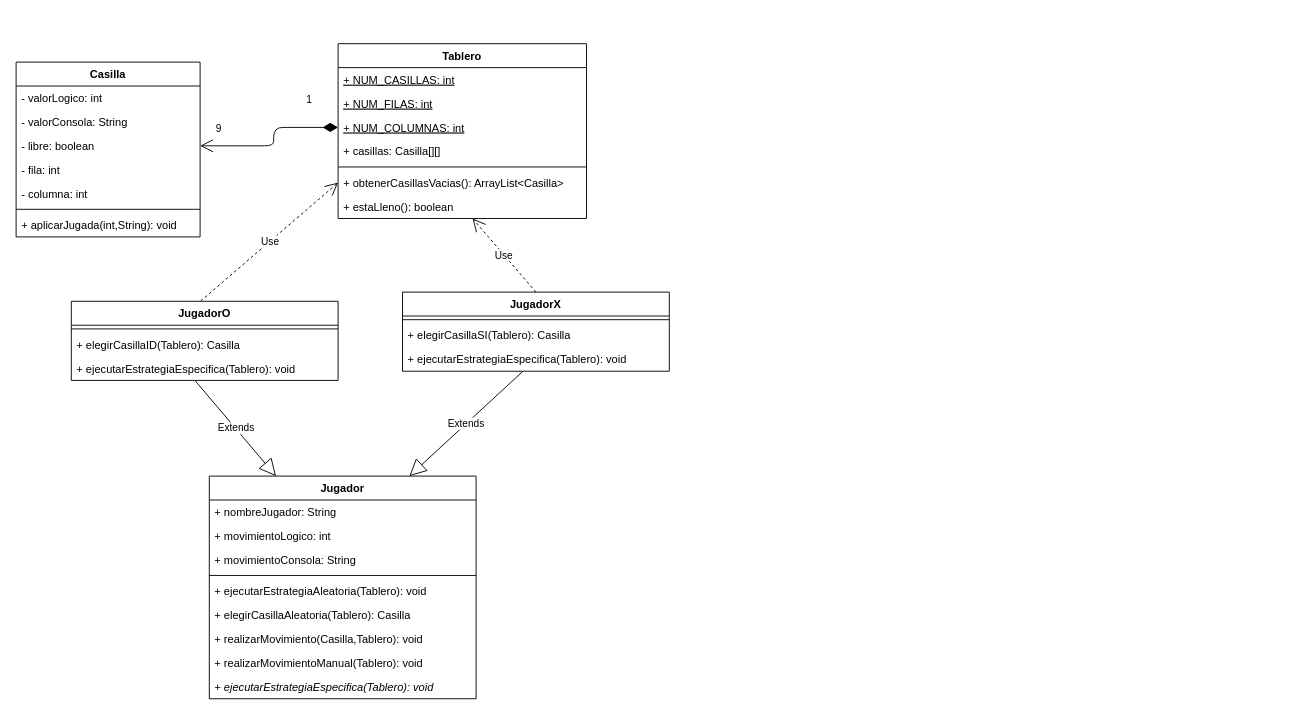
luismescobarf/clasesCiclo2 keeps this draw.io diagram as P61/Clase9/DiagramaClasesTresEnRaya.drawio. Above is the earlier version. Source tidied: cells renumbered, new cells numbered last; positions are measured from the earlier drawing's top-left corner, leaving out a move shared by most shapes. Both pictures are drawn from the tidied source at 92%, with x=0, y=0 at pixel (16, 43).
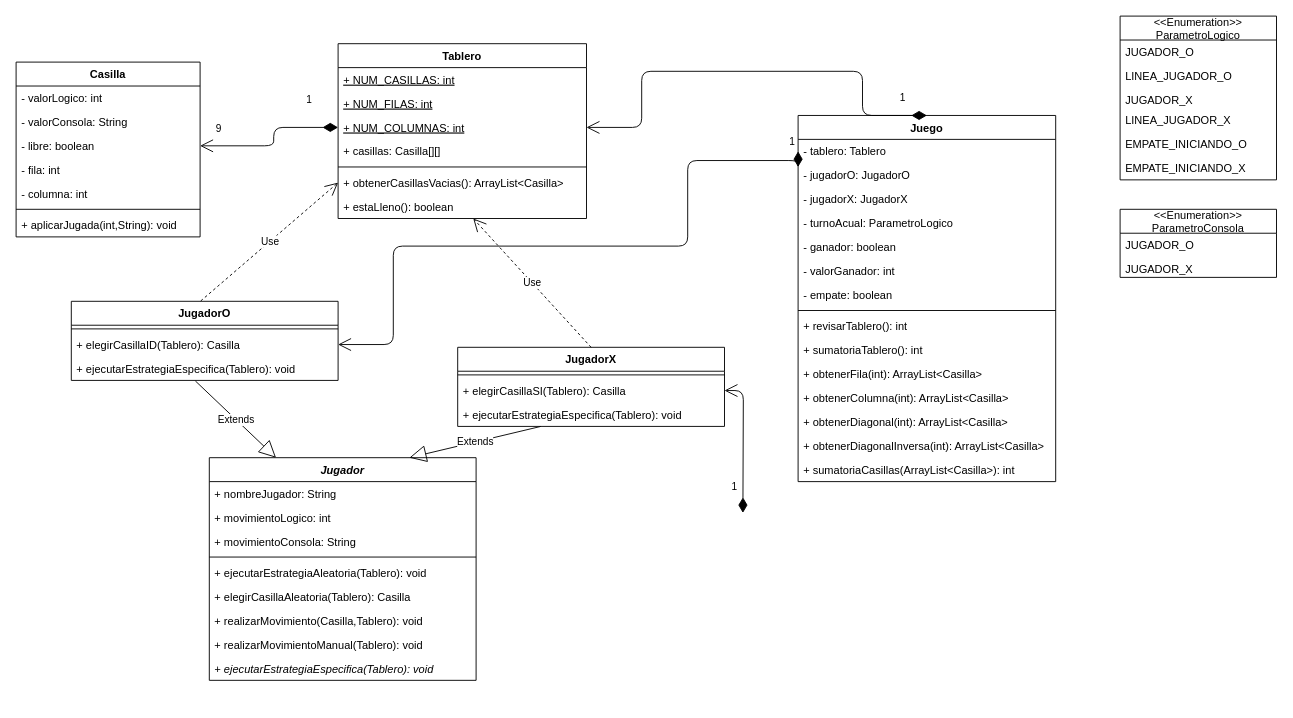
After the change.

The change refers to these unchanged cells:
```xml
<mxCell id="13" value="+ NUM_COLUMNAS: int" style="text;strokeColor=none;fillColor=none;align=left;verticalAlign=top;spacingLeft=4;spacingRight=4;overflow=hidden;points=[[0,0.5],[1,0.5]];portConstraint=eastwest;fontStyle=4;" parent="10" vertex="1">
  <mxGeometry y="78" width="270" height="26" as="geometry" />
</mxCell>
<mxCell id="22" value="+ elegirCasillaSI(Tablero): Casilla" style="text;strokeColor=none;fillColor=none;align=left;verticalAlign=top;spacingLeft=4;spacingRight=4;overflow=hidden;points=[[0,0.5],[1,0.5]];portConstraint=eastwest;" parent="20" vertex="1">
  <mxGeometry y="34" width="290" height="26" as="geometry" />
</mxCell>
<mxCell id="27" value="+ elegirCasillaID(Tablero): Casilla" style="text;strokeColor=none;fillColor=none;align=left;verticalAlign=top;spacingLeft=4;spacingRight=4;overflow=hidden;points=[[0,0.5],[1,0.5]];portConstraint=eastwest;" parent="25" vertex="1">
  <mxGeometry y="34" width="290" height="26" as="geometry" />
</mxCell>
```

The edit, as a diff of the source:
```diff
@@
     <mxCell id="20" value="JugadorX" style="swimlane;fontStyle=1;align=center;verticalAlign=top;horizontal=1;startSize=26;" parent="1" vertex="1">
-      <mxGeometry x="420" y="270" width="290" height="86" as="geometry" />
+      <mxGeometry x="480" y="330" width="290" height="86" as="geometry" />
     </mxCell>
@@
-    <mxCell id="30" value="Jugador" style="swimlane;fontStyle=1;align=center;verticalAlign=top;horizontal=1;startSize=26;" parent="1" vertex="1">
-      <mxGeometry x="210" y="470" width="290" height="242" as="geometry" />
+    <mxCell id="30" value="Jugador" style="swimlane;fontStyle=3;align=center;verticalAlign=top;horizontal=1;startSize=26;" parent="1" vertex="1">
+      <mxGeometry x="210" y="450" width="290" height="242" as="geometry" />
     </mxCell>
@@
+    <mxCell id="42" value="Juego" style="swimlane;fontStyle=1;align=center;verticalAlign=top;horizontal=1;startSize=26;" parent="1" vertex="1">
+      <mxGeometry x="850" y="78" width="280" height="398" as="geometry" />
+    </mxCell>
+    <mxCell id="43" value="- tablero: Tablero" style="text;strokeColor=none;fillColor=none;align=left;verticalAlign=top;spacingLeft=4;spacingRight=4;overflow=hidden;points=[[0,0.5],[1,0.5]];portConstraint=eastwest;" parent="42" vertex="1">
+      <mxGeometry y="26" width="280" height="26" as="geometry" />
+    </mxCell>
+    <mxCell id="44" value="- jugadorO: JugadorO" style="text;strokeColor=none;fillColor=none;align=left;verticalAlign=top;spacingLeft=4;spacingRight=4;overflow=hidden;" parent="42" vertex="1">
+      <mxGeometry y="52" width="280" height="26" as="geometry" />
+    </mxCell>
+    <mxCell id="45" value="- jugadorX: JugadorX" style="text;strokeColor=none;fillColor=none;align=left;verticalAlign=top;spacingLeft=4;spacingRight=4;overflow=hidden;" parent="42" vertex="1">
+      <mxGeometry y="78" width="280" height="26" as="geometry" />
+    </mxCell>
+    <mxCell id="46" value="- turnoAcual: ParametroLogico" style="text;strokeColor=none;fillColor=none;align=left;verticalAlign=top;spacingLeft=4;spacingRight=4;overflow=hidden;" parent="42" vertex="1">
+      <mxGeometry y="104" width="280" height="26" as="geometry" />
+    </mxCell>
+    <mxCell id="47" value="- ganador: boolean" style="text;strokeColor=none;fillColor=none;align=left;verticalAlign=top;spacingLeft=4;spacingRight=4;overflow=hidden;" parent="42" vertex="1">
+      <mxGeometry y="130" width="280" height="26" as="geometry" />
+    </mxCell>
+    <mxCell id="48" value="- valorGanador: int" style="text;strokeColor=none;fillColor=none;align=left;verticalAlign=top;spacingLeft=4;spacingRight=4;overflow=hidden;" parent="42" vertex="1">
+      <mxGeometry y="156" width="280" height="26" as="geometry" />
+    </mxCell>
+    <mxCell id="49" value="- empate: boolean" style="text;strokeColor=none;fillColor=none;align=left;verticalAlign=top;spacingLeft=4;spacingRight=4;overflow=hidden;" parent="42" vertex="1">
+      <mxGeometry y="182" width="280" height="26" as="geometry" />
+    </mxCell>
+    <mxCell id="50" style="line;strokeWidth=1;fillColor=none;align=left;verticalAlign=middle;spacingTop=-1;spacingLeft=3;spacingRight=3;labelPosition=right;" parent="42" vertex="1">
+      <mxGeometry y="208" width="280" height="8" as="geometry" />
+    </mxCell>
+    <mxCell id="51" value="+ revisarTablero(): int" style="text;strokeColor=none;fillColor=none;align=left;verticalAlign=top;spacingLeft=4;spacingRight=4;overflow=hidden;" parent="42" vertex="1">
+      <mxGeometry y="216" width="280" height="26" as="geometry" />
+    </mxCell>
+    <mxCell id="52" value="+ sumatoriaTablero(): int" style="text;strokeColor=none;fillColor=none;align=left;verticalAlign=top;spacingLeft=4;spacingRight=4;overflow=hidden;" parent="42" vertex="1">
+      <mxGeometry y="242" width="280" height="26" as="geometry" />
+    </mxCell>
+    <mxCell id="53" value="+ obtenerFila(int): ArrayList&lt;Casilla&gt;" style="text;strokeColor=none;fillColor=none;align=left;verticalAlign=top;spacingLeft=4;spacingRight=4;overflow=hidden;" parent="42" vertex="1">
+      <mxGeometry y="268" width="280" height="26" as="geometry" />
+    </mxCell>
+    <mxCell id="54" value="+ obtenerColumna(int): ArrayList&lt;Casilla&gt;" style="text;strokeColor=none;fillColor=none;align=left;verticalAlign=top;spacingLeft=4;spacingRight=4;overflow=hidden;" parent="42" vertex="1">
+      <mxGeometry y="294" width="280" height="26" as="geometry" />
+    </mxCell>
+    <mxCell id="55" value="+ obtenerDiagonal(int): ArrayList&lt;Casilla&gt;" style="text;strokeColor=none;fillColor=none;align=left;verticalAlign=top;spacingLeft=4;spacingRight=4;overflow=hidden;" parent="42" vertex="1">
+      <mxGeometry y="320" width="280" height="26" as="geometry" />
+    </mxCell>
+    <mxCell id="56" value="+ obtenerDiagonalInversa(int): ArrayList&lt;Casilla&gt;" style="text;strokeColor=none;fillColor=none;align=left;verticalAlign=top;spacingLeft=4;spacingRight=4;overflow=hidden;" parent="42" vertex="1">
+      <mxGeometry y="346" width="280" height="26" as="geometry" />
+    </mxCell>
+    <mxCell id="57" value="+ sumatoriaCasillas(ArrayList&lt;Casilla&gt;): int" style="text;strokeColor=none;fillColor=none;align=left;verticalAlign=top;spacingLeft=4;spacingRight=4;overflow=hidden;" parent="42" vertex="1">
+      <mxGeometry y="372" width="280" height="26" as="geometry" />
+    </mxCell>
+    <mxCell id="58" value="1" style="endArrow=open;html=1;endSize=12;startArrow=diamondThin;startSize=14;startFill=1;edgeStyle=orthogonalEdgeStyle;align=left;verticalAlign=bottom;exitX=0.5;exitY=0;exitDx=0;exitDy=0;entryX=1;entryY=0.5;entryDx=0;entryDy=0;" parent="1" edge="1" source="42" target="13">
+      <mxGeometry x="-0.87" y="-10" relative="1" as="geometry">
+        <Array as="points">
+          <mxPoint x="920" y="30" />
+          <mxPoint x="680" y="30" />
+          <mxPoint x="680" y="91" />
+        </Array>
+      </mxGeometry>
+    </mxCell>
+    <mxCell id="59" value="1" style="endArrow=open;html=1;endSize=12;startArrow=diamondThin;startSize=14;startFill=1;edgeStyle=orthogonalEdgeStyle;align=left;verticalAlign=bottom;entryX=1;entryY=0.5;entryDx=0;entryDy=0;" parent="1" edge="1" target="22">
+      <mxGeometry x="-0.75" y="14" relative="1" as="geometry">
+        <mxPoint x="790" y="510" as="sourcePoint" />
+      </mxGeometry>
+    </mxCell>
+    <mxCell id="60" value="1" style="endArrow=open;html=1;endSize=12;startArrow=diamondThin;startSize=14;startFill=1;edgeStyle=orthogonalEdgeStyle;align=left;verticalAlign=bottom;exitX=0;exitY=0.5;exitDx=0;exitDy=0;entryX=1;entryY=0.5;entryDx=0;entryDy=0;" parent="1" edge="1" source="43" target="27">
+      <mxGeometry x="-0.94" y="-11" relative="1" as="geometry">
+        <Array as="points">
+          <mxPoint x="730" y="127" />
+          <mxPoint x="730" y="220" />
+          <mxPoint x="410" y="220" />
+          <mxPoint x="410" y="327" />
+        </Array>
+      </mxGeometry>
+    </mxCell>
+    <mxCell id="61" value="&lt;&lt;Enumeration&gt;&gt;&#10;ParametroLogico" style="swimlane;fontStyle=0;horizontal=1;startSize=26;fillColor=none;" parent="1" vertex="1">
+      <mxGeometry x="1200" y="-30" width="170" height="178" as="geometry" />
+    </mxCell>
+    <mxCell id="62" value="JUGADOR_O" style="text;strokeColor=none;fillColor=none;align=left;verticalAlign=top;spacingLeft=4;spacingRight=4;overflow=hidden;" parent="61" vertex="1">
+      <mxGeometry y="26" width="170" height="26" as="geometry" />
+    </mxCell>
+    <mxCell id="63" value="LINEA_JUGADOR_O" style="text;strokeColor=none;fillColor=none;align=left;verticalAlign=top;spacingLeft=4;spacingRight=4;overflow=hidden;" parent="61" vertex="1">
+      <mxGeometry y="52" width="170" height="26" as="geometry" />
+    </mxCell>
+    <mxCell id="64" value="JUGADOR_X" style="text;strokeColor=none;fillColor=none;align=left;verticalAlign=top;spacingLeft=4;spacingRight=4;overflow=hidden;" parent="61" vertex="1">
+      <mxGeometry y="78" width="170" height="22" as="geometry" />
+    </mxCell>
+    <mxCell id="65" value="LINEA_JUGADOR_X" style="text;strokeColor=none;fillColor=none;align=left;verticalAlign=top;spacingLeft=4;spacingRight=4;overflow=hidden;" parent="61" vertex="1">
+      <mxGeometry y="100" width="170" height="26" as="geometry" />
+    </mxCell>
+    <mxCell id="66" value="EMPATE_INICIANDO_O" style="text;strokeColor=none;fillColor=none;align=left;verticalAlign=top;spacingLeft=4;spacingRight=4;overflow=hidden;" parent="61" vertex="1">
+      <mxGeometry y="126" width="170" height="26" as="geometry" />
+    </mxCell>
+    <mxCell id="67" value="EMPATE_INICIANDO_X" style="text;strokeColor=none;fillColor=none;align=left;verticalAlign=top;spacingLeft=4;spacingRight=4;overflow=hidden;" parent="61" vertex="1">
+      <mxGeometry y="152" width="170" height="26" as="geometry" />
+    </mxCell>
+    <mxCell id="68" value="&lt;&lt;Enumeration&gt;&gt;&#10;ParametroConsola" style="swimlane;fontStyle=0;horizontal=1;startSize=26;fillColor=none;" parent="1" vertex="1">
+      <mxGeometry x="1200" y="180" width="170" height="74" as="geometry" />
+    </mxCell>
+    <mxCell id="69" value="JUGADOR_O" style="text;strokeColor=none;fillColor=none;align=left;verticalAlign=top;spacingLeft=4;spacingRight=4;overflow=hidden;" parent="68" vertex="1">
+      <mxGeometry y="26" width="170" height="26" as="geometry" />
+    </mxCell>
+    <mxCell id="70" value="JUGADOR_X" style="text;strokeColor=none;fillColor=none;align=left;verticalAlign=top;spacingLeft=4;spacingRight=4;overflow=hidden;" parent="68" vertex="1">
+      <mxGeometry y="52" width="170" height="22" as="geometry" />
+    </mxCell>
```
